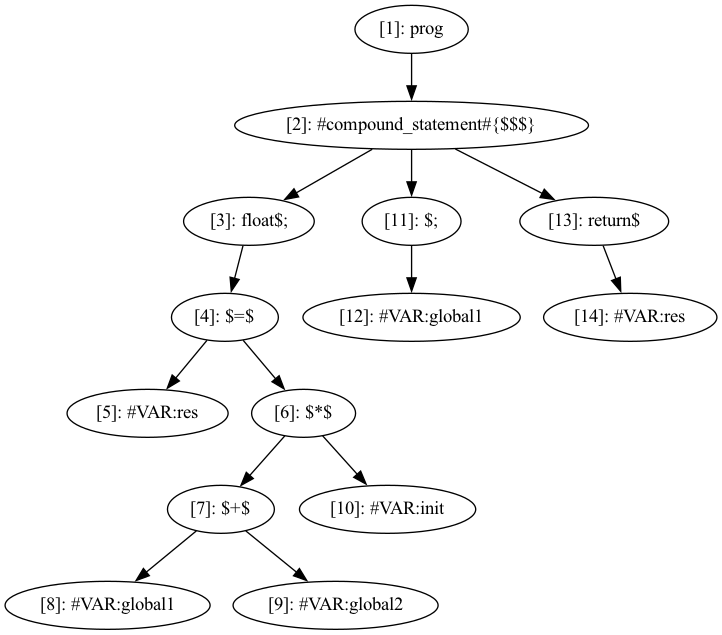
Earlier version of the Graphviz export cass.png (deryaerman/DIA-System-DS-Plagiarism-Checker-GIT). Its source is kept beside it as cass.dot.
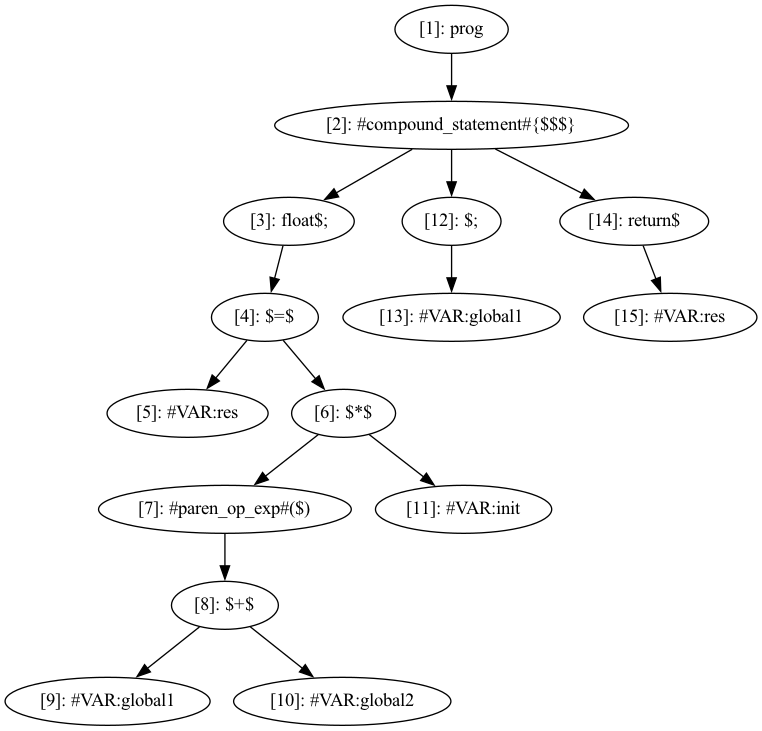
Later version of the same file.

Diff of the diagram source:
```diff
@@ -6,14 +6,15 @@
   n4 [label="[4]: $=$"];
   n5 [label="[5]: #VAR:res"];
   n6 [label="[6]: $*$"];
-  n7 [label="[7]: $+$"];
-  n8 [label="[8]: #VAR:global1"];
-  n9 [label="[9]: #VAR:global2"];
-  n10 [label="[10]: #VAR:init"];
-  n11 [label="[11]: $;"];
-  n12 [label="[12]: #VAR:global1"];
-  n13 [label="[13]: return$"];
-  n14 [label="[14]: #VAR:res"];
+  n7 [label="[7]: #paren_op_exp#($)"];
+  n8 [label="[8]: $+$"];
+  n9 [label="[9]: #VAR:global1"];
+  n10 [label="[10]: #VAR:global2"];
+  n11 [label="[11]: #VAR:init"];
+  n12 [label="[12]: $;"];
+  n13 [label="[13]: #VAR:global1"];
+  n14 [label="[14]: return$"];
+  n15 [label="[15]: #VAR:res"];
   n1 -> n2;
   n2 -> n3;
   n3 -> n4;
@@ -21,10 +22,11 @@
   n4 -> n6;
   n6 -> n7;
   n7 -> n8;
-  n7 -> n9;
-  n6 -> n10;
-  n2 -> n11;
-  n11 -> n12;
-  n2 -> n13;
-  n13 -> n14;
+  n8 -> n9;
+  n8 -> n10;
+  n6 -> n11;
+  n2 -> n12;
+  n12 -> n13;
+  n2 -> n14;
+  n14 -> n15;
 }
```
